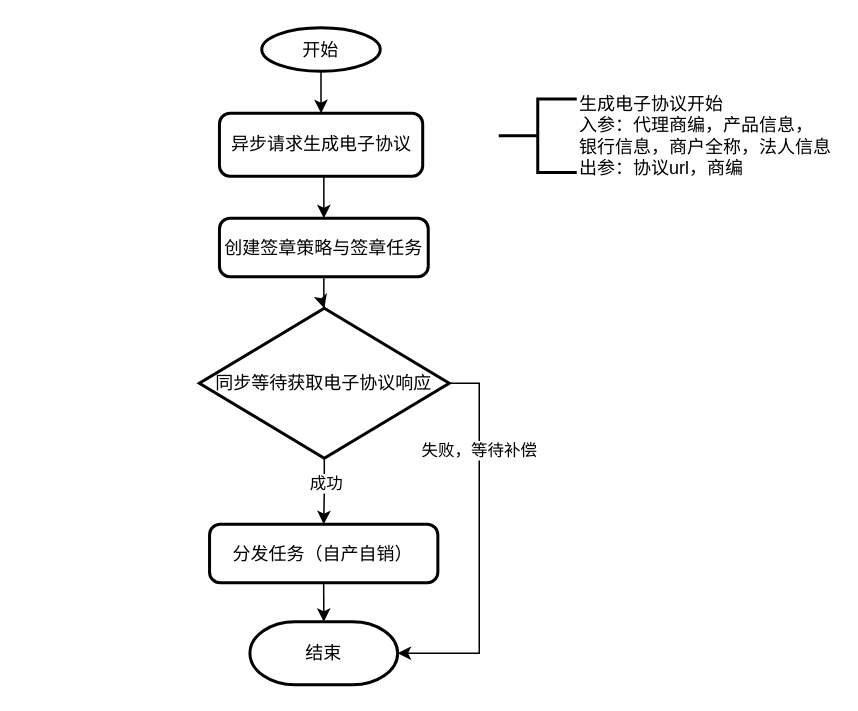
Before: page "第 1 页" (1 of 3) of 接收电子签章回调.drawio in fengyong7723131/work, a draw.io diagram. Source tidied: cells renumbered, new cells numbered last; positions are measured from the earlier drawing's top-left corner, leaving out a move shared by most shapes. Both pictures are drawn from the tidied source at 150%, with x=0, y=0 at pixel (198, 27).
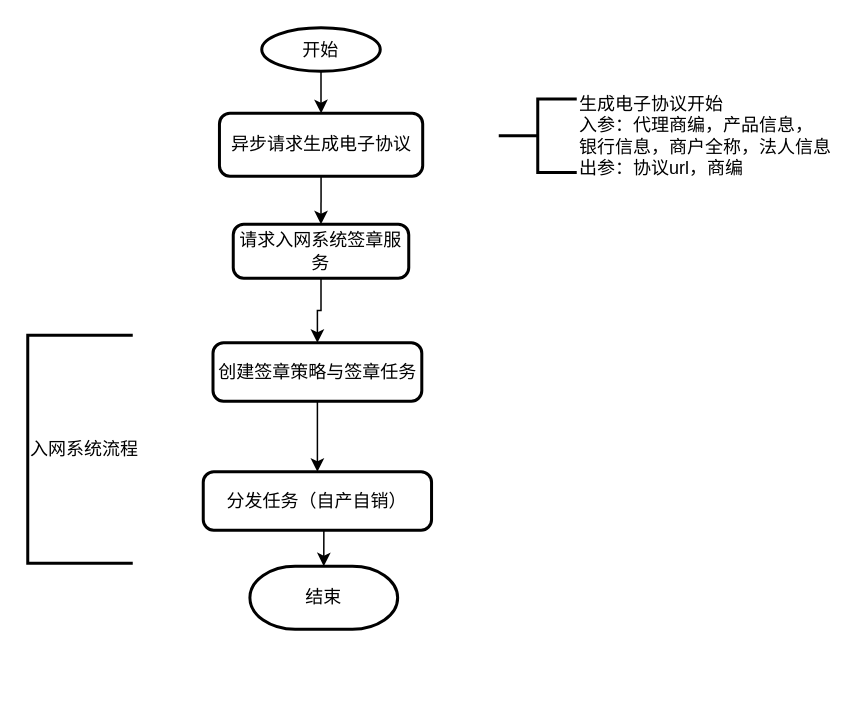
The same page after the edit.

Change to the diagram source:
```diff
@@
 <mxGraphModel>
   <root>
     <mxCell id="0" />
     <mxCell id="1" parent="0" />
     <mxCell id="2" style="edgeStyle=orthogonalEdgeStyle;rounded=0;jettySize=auto;html=1;exitX=0.5;exitY=1;exitDx=0;exitDy=0;exitPerimeter=0;" parent="1" edge="1" source="3" target="5">
       <mxGeometry relative="1" as="geometry" />
     </mxCell>
     <mxCell id="3" value="开始" style="strokeWidth=2;html=1;shape=mxgraph.flowchart.start_1;whiteSpace=wrap;" parent="1" vertex="1">
       <mxGeometry x="42" width="79" height="29" as="geometry" />
     </mxCell>
-    <mxCell id="4" style="edgeStyle=orthogonalEdgeStyle;rounded=0;jettySize=auto;html=1;exitX=0.5;exitY=1;exitDx=0;exitDy=0;entryX=0.5;entryY=0;entryDx=0;entryDy=0;" parent="1" edge="1" source="5" target="8">
-      <mxGeometry relative="1" as="geometry" />
-    </mxCell>
+    <mxCell id="17" style="edgeStyle=orthogonalEdgeStyle;rounded=0;jettySize=auto;html=1;exitX=0.5;exitY=1;exitDx=0;exitDy=0;entryX=0.5;entryY=0;entryDx=0;entryDy=0;" parent="1" edge="1" source="5" target="19">
+      <mxGeometry relative="1" as="geometry" />
+    </mxCell>
     <mxCell id="5" value="异步请求生成电子协议" style="rounded=1;whiteSpace=wrap;html=1;absoluteArcSize=1;arcSize=14;strokeWidth=2;" parent="1" vertex="1">
       <mxGeometry x="13.8" y="57" width="135.5" height="42" as="geometry" />
     </mxCell>
     <mxCell id="6" value="生成电子协议开始&lt;br&gt;入参：代理商编，产品信息，&lt;br&gt;银行信息，商户全称，法人信息&lt;br&gt;出参：协议url，商编" style="strokeWidth=2;html=1;shape=mxgraph.flowchart.annotation_2;align=left;labelPosition=right;" parent="1" vertex="1">
       <mxGeometry x="200" y="47.5" width="52" height="49" as="geometry" />
     </mxCell>
-    <mxCell id="7" style="edgeStyle=orthogonalEdgeStyle;rounded=0;jettySize=auto;html=1;exitX=0.5;exitY=1;exitDx=0;exitDy=0;" parent="1" edge="1" source="8" target="16">
+    <mxCell id="7" style="edgeStyle=orthogonalEdgeStyle;rounded=0;jettySize=auto;html=1;exitX=0.5;exitY=1;exitDx=0;exitDy=0;" parent="1" edge="1" source="8" target="10">
       <mxGeometry relative="1" as="geometry" />
     </mxCell>
     <mxCell id="8" value="创建签章策略与签章任务" style="rounded=1;whiteSpace=wrap;html=1;absoluteArcSize=1;arcSize=14;strokeWidth=2;" parent="1" vertex="1">
-      <mxGeometry x="13.8" y="127" width="139.2" height="39" as="geometry" />
+      <mxGeometry x="9.5" y="210" width="139.2" height="39" as="geometry" />
     </mxCell>
     <mxCell id="9" style="edgeStyle=orthogonalEdgeStyle;rounded=0;jettySize=auto;html=1;exitX=0.5;exitY=1;exitDx=0;exitDy=0;entryX=0.5;entryY=0;entryDx=0;entryDy=0;entryPerimeter=0;" parent="1" edge="1" source="10" target="11">
       <mxGeometry relative="1" as="geometry" />
     </mxCell>
     <mxCell id="10" value="分发任务（自产自销）" style="rounded=1;whiteSpace=wrap;html=1;absoluteArcSize=1;arcSize=14;strokeWidth=2;" parent="1" vertex="1">
-      <mxGeometry x="7.2" y="331" width="152.2" height="39" as="geometry" />
+      <mxGeometry x="3" y="296" width="152.2" height="39" as="geometry" />
     </mxCell>
     <mxCell id="11" value="结束" style="strokeWidth=2;html=1;shape=mxgraph.flowchart.terminator;whiteSpace=wrap;" parent="1" vertex="1">
-      <mxGeometry x="34.1" y="396" width="98.5" height="42" as="geometry" />
+      <mxGeometry x="34.1" y="359" width="98.5" height="42" as="geometry" />
     </mxCell>
-    <mxCell id="12" style="edgeStyle=orthogonalEdgeStyle;rounded=0;jettySize=auto;html=1;exitX=0.5;exitY=1;exitDx=0;exitDy=0;exitPerimeter=0;entryX=0.5;entryY=0;entryDx=0;entryDy=0;" parent="1" edge="1" source="16" target="10">
-      <mxGeometry relative="1" as="geometry" />
-    </mxCell>
-    <mxCell id="13" value="成功" style="edgeLabel;html=1;align=center;verticalAlign=middle;" parent="12" vertex="1">
-      <mxGeometry x="-0.27" y="1" relative="1" as="geometry" />
-    </mxCell>
-    <mxCell id="14" style="edgeStyle=orthogonalEdgeStyle;rounded=0;jettySize=auto;html=1;exitX=1;exitY=0.5;exitDx=0;exitDy=0;exitPerimeter=0;entryX=1;entryY=0.5;entryDx=0;entryDy=0;entryPerimeter=0;" parent="1" edge="1" source="16" target="11">
-      <mxGeometry relative="1" as="geometry" />
-    </mxCell>
-    <mxCell id="15" value="失败，等待补偿" style="edgeLabel;html=1;align=center;verticalAlign=middle;" parent="14" vertex="1">
-      <mxGeometry x="-0.5" y="-1" relative="1" as="geometry" />
-    </mxCell>
-    <mxCell id="16" value="&lt;span&gt;同步等待获取电子协议响应&lt;/span&gt;" style="strokeWidth=2;html=1;shape=mxgraph.flowchart.decision;whiteSpace=wrap;" parent="1" vertex="1">
-      <mxGeometry x="0.4" y="187" width="166.6" height="100" as="geometry" />
-    </mxCell>
+    <mxCell id="18" style="edgeStyle=orthogonalEdgeStyle;rounded=0;jettySize=auto;html=1;exitX=0.5;exitY=1;exitDx=0;exitDy=0;" parent="1" edge="1" source="19" target="8">
+      <mxGeometry relative="1" as="geometry" />
+    </mxCell>
+    <mxCell id="19" value="请求入网系统签章服务" style="rounded=1;whiteSpace=wrap;html=1;absoluteArcSize=1;arcSize=14;strokeWidth=2;" parent="1" vertex="1">
+      <mxGeometry x="23" y="131" width="117" height="36" as="geometry" />
+    </mxCell>
+    <mxCell id="20" value="入网系统流程" style="strokeWidth=2;html=1;shape=mxgraph.flowchart.annotation_1;align=left;" parent="1" vertex="1">
+      <mxGeometry x="-114" y="205" width="70" height="152" as="geometry" />
+    </mxCell>
   </root>
 </mxGraphModel>
```
